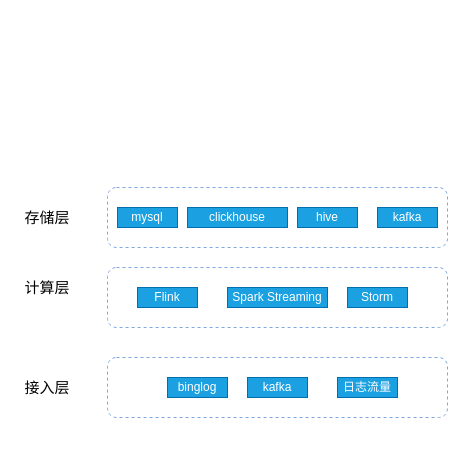
Earlier version of the draw.io diagram realtime_data_warehouse.drawio (cicelprg/drawio). Source tidied: cells renumbered, new cells numbered last; positions are measured from the earlier drawing's top-left corner, leaving out a move shared by most shapes. Both pictures are drawn from the tidied source at 100%, with x=0, y=0 at pixel (17, 187).
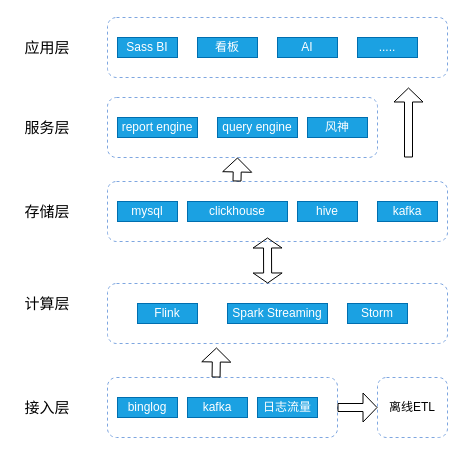
The same diagram, later.

Diff of the diagram source:
```diff
@@
     <mxCell id="2" style="rounded=1;whiteSpace=wrap;html=1;dashed=1;strokeColor=#7EA6E0;" parent="1" vertex="1">
-      <mxGeometry x="90" y="170" width="340" height="60" as="geometry" />
+      <mxGeometry x="90" y="190" width="230" height="60" as="geometry" />
     </mxCell>
     <mxCell id="3" value="binglog" style="rounded=0;whiteSpace=wrap;html=1;strokeColor=#006EAF;fillColor=#1ba1e2;fontColor=#ffffff;" parent="1" vertex="1">
-      <mxGeometry x="150" y="190" width="60" height="20" as="geometry" />
+      <mxGeometry x="100" y="210" width="60" height="20" as="geometry" />
     </mxCell>
     <mxCell id="4" value="kafka" style="rounded=0;whiteSpace=wrap;html=1;strokeColor=#006EAF;fillColor=#1ba1e2;fontColor=#ffffff;" parent="1" vertex="1">
-      <mxGeometry x="230" y="190" width="60" height="20" as="geometry" />
+      <mxGeometry x="170" y="210" width="60" height="20" as="geometry" />
     </mxCell>
     <mxCell id="5" value="日志流量" style="rounded=0;whiteSpace=wrap;html=1;strokeColor=#006EAF;fillColor=#1ba1e2;fontColor=#ffffff;" parent="1" vertex="1">
-      <mxGeometry x="320" y="190" width="60" height="20" as="geometry" />
+      <mxGeometry x="240" y="210" width="60" height="20" as="geometry" />
     </mxCell>
     <mxCell id="6" value="&lt;font style=&quot;font-size: 15px&quot;&gt;接入层&lt;/font&gt;" style="text;html=1;strokeColor=none;fillColor=none;align=center;verticalAlign=middle;whiteSpace=wrap;rounded=0;" parent="1" vertex="1">
-      <mxGeometry y="190" width="60" height="20" as="geometry" />
+      <mxGeometry y="210" width="60" height="20" as="geometry" />
     </mxCell>
     <mxCell id="7" style="rounded=1;whiteSpace=wrap;html=1;dashed=1;strokeColor=#7EA6E0;" parent="1" vertex="1">
-      <mxGeometry x="90" y="80" width="340" height="60" as="geometry" />
+      <mxGeometry x="90" y="96" width="340" height="60" as="geometry" />
     </mxCell>
     <mxCell id="8" value="Flink" style="rounded=0;whiteSpace=wrap;html=1;strokeColor=#006EAF;fillColor=#1ba1e2;fontColor=#ffffff;" parent="1" vertex="1">
-      <mxGeometry x="120" y="100" width="60" height="20" as="geometry" />
+      <mxGeometry x="120" y="116" width="60" height="20" as="geometry" />
     </mxCell>
     <mxCell id="9" value="Spark Streaming" style="rounded=0;whiteSpace=wrap;html=1;strokeColor=#006EAF;fillColor=#1ba1e2;fontColor=#ffffff;" parent="1" vertex="1">
-      <mxGeometry x="210" y="100" width="100" height="20" as="geometry" />
+      <mxGeometry x="210" y="116" width="100" height="20" as="geometry" />
     </mxCell>
     <mxCell id="10" value="Storm" style="rounded=0;whiteSpace=wrap;html=1;strokeColor=#006EAF;fillColor=#1ba1e2;fontColor=#ffffff;" parent="1" vertex="1">
-      <mxGeometry x="330" y="100" width="60" height="20" as="geometry" />
+      <mxGeometry x="330" y="116" width="60" height="20" as="geometry" />
     </mxCell>
     <mxCell id="11" value="&lt;span style=&quot;font-size: 15px&quot;&gt;计算层&lt;/span&gt;" style="text;html=1;strokeColor=none;fillColor=none;align=center;verticalAlign=middle;whiteSpace=wrap;rounded=0;" parent="1" vertex="1">
-      <mxGeometry y="90" width="60" height="20" as="geometry" />
+      <mxGeometry y="106" width="60" height="20" as="geometry" />
     </mxCell>
     <mxCell id="12" value="&lt;span style=&quot;font-size: 15px&quot;&gt;存储层&lt;/span&gt;" style="text;html=1;strokeColor=none;fillColor=none;align=center;verticalAlign=middle;whiteSpace=wrap;rounded=0;" parent="1" vertex="1">
-      <mxGeometry y="20" width="60" height="20" as="geometry" />
+      <mxGeometry y="14" width="60" height="20" as="geometry" />
     </mxCell>
     <mxCell id="13" style="rounded=1;whiteSpace=wrap;html=1;dashed=1;strokeColor=#7EA6E0;" parent="1" vertex="1">
-      <mxGeometry x="90" width="340" height="60" as="geometry" />
+      <mxGeometry x="90" y="-6" width="340" height="60" as="geometry" />
     </mxCell>
     <mxCell id="14" value="mysql" style="rounded=0;whiteSpace=wrap;html=1;strokeColor=#006EAF;fillColor=#1ba1e2;fontColor=#ffffff;" parent="1" vertex="1">
-      <mxGeometry x="100" y="20" width="60" height="20" as="geometry" />
+      <mxGeometry x="100" y="14" width="60" height="20" as="geometry" />
     </mxCell>
     <mxCell id="15" value="clickhouse" style="rounded=0;whiteSpace=wrap;html=1;strokeColor=#006EAF;fillColor=#1ba1e2;fontColor=#ffffff;" parent="1" vertex="1">
-      <mxGeometry x="170" y="20" width="100" height="20" as="geometry" />
+      <mxGeometry x="170" y="14" width="100" height="20" as="geometry" />
     </mxCell>
     <mxCell id="16" value="hive" style="rounded=0;whiteSpace=wrap;html=1;strokeColor=#006EAF;fillColor=#1ba1e2;fontColor=#ffffff;" parent="1" vertex="1">
-      <mxGeometry x="280" y="20" width="60" height="20" as="geometry" />
+      <mxGeometry x="280" y="14" width="60" height="20" as="geometry" />
     </mxCell>
     <mxCell id="17" value="kafka" style="rounded=0;whiteSpace=wrap;html=1;strokeColor=#006EAF;fillColor=#1ba1e2;fontColor=#ffffff;" parent="1" vertex="1">
-      <mxGeometry x="360" y="20" width="60" height="20" as="geometry" />
+      <mxGeometry x="360" y="14" width="60" height="20" as="geometry" />
     </mxCell>
+    <mxCell id="18" value="&lt;span style=&quot;font-size: 15px&quot;&gt;服务层&lt;/span&gt;" style="text;html=1;strokeColor=none;fillColor=none;align=center;verticalAlign=middle;whiteSpace=wrap;rounded=0;" parent="1" vertex="1">
+      <mxGeometry y="-70" width="60" height="20" as="geometry" />
+    </mxCell>
+    <mxCell id="19" style="rounded=1;whiteSpace=wrap;html=1;dashed=1;strokeColor=#7EA6E0;" parent="1" vertex="1">
+      <mxGeometry x="90" y="-90" width="270" height="60" as="geometry" />
+    </mxCell>
+    <mxCell id="20" value="report engine" style="rounded=0;whiteSpace=wrap;html=1;strokeColor=#006EAF;fillColor=#1ba1e2;fontColor=#ffffff;" parent="1" vertex="1">
+      <mxGeometry x="100" y="-70" width="80" height="20" as="geometry" />
+    </mxCell>
+    <mxCell id="21" value="query engine" style="rounded=0;whiteSpace=wrap;html=1;strokeColor=#006EAF;fillColor=#1ba1e2;fontColor=#ffffff;" parent="1" vertex="1">
+      <mxGeometry x="200" y="-70" width="80" height="20" as="geometry" />
+    </mxCell>
+    <mxCell id="22" value="风神" style="rounded=0;whiteSpace=wrap;html=1;strokeColor=#006EAF;fillColor=#1ba1e2;fontColor=#ffffff;" parent="1" vertex="1">
+      <mxGeometry x="290" y="-70" width="60" height="20" as="geometry" />
+    </mxCell>
+    <mxCell id="23" value="&lt;span style=&quot;font-size: 15px&quot;&gt;应用层&lt;/span&gt;" style="text;html=1;strokeColor=none;fillColor=none;align=center;verticalAlign=middle;whiteSpace=wrap;rounded=0;" parent="1" vertex="1">
+      <mxGeometry y="-150" width="60" height="20" as="geometry" />
+    </mxCell>
+    <mxCell id="24" style="shape=flexArrow;endArrow=classic;html=1;width=8;endSize=4.33;exitX=0.472;exitY=0;exitDx=0;exitDy=0;exitPerimeter=0;" parent="1" edge="1" source="2">
+      <mxGeometry relative="1" as="geometry">
+        <mxPoint x="199" y="160" as="targetPoint" />
+      </mxGeometry>
+    </mxCell>
+    <mxCell id="25" value="离线ETL" style="rounded=1;whiteSpace=wrap;html=1;dashed=1;strokeColor=#7EA6E0;" parent="1" vertex="1">
+      <mxGeometry x="360" y="190" width="70" height="60" as="geometry" />
+    </mxCell>
+    <mxCell id="26" style="shape=flexArrow;endArrow=classic;html=1;exitX=0.471;exitY=0;exitDx=0;exitDy=0;exitPerimeter=0;startArrow=block;width=8;endSize=3;startSize=3;" parent="1" edge="1" source="7">
+      <mxGeometry relative="1" as="geometry">
+        <mxPoint x="250" y="50" as="targetPoint" />
+      </mxGeometry>
+    </mxCell>
+    <mxCell id="27" style="rounded=1;whiteSpace=wrap;html=1;dashed=1;strokeColor=#7EA6E0;" parent="1" vertex="1">
+      <mxGeometry x="90" y="-170" width="340" height="60" as="geometry" />
+    </mxCell>
+    <mxCell id="28" value="Sass BI" style="rounded=0;whiteSpace=wrap;html=1;strokeColor=#006EAF;fillColor=#1ba1e2;fontColor=#ffffff;" parent="1" vertex="1">
+      <mxGeometry x="100" y="-150" width="60" height="20" as="geometry" />
+    </mxCell>
+    <mxCell id="29" value="看板" style="rounded=0;whiteSpace=wrap;html=1;strokeColor=#006EAF;fillColor=#1ba1e2;fontColor=#ffffff;" parent="1" vertex="1">
+      <mxGeometry x="180" y="-150" width="60" height="20" as="geometry" />
+    </mxCell>
+    <mxCell id="30" value="AI" style="rounded=0;whiteSpace=wrap;html=1;strokeColor=#006EAF;fillColor=#1ba1e2;fontColor=#ffffff;" parent="1" vertex="1">
+      <mxGeometry x="260" y="-150" width="60" height="20" as="geometry" />
+    </mxCell>
+    <mxCell id="31" value="....." style="rounded=0;whiteSpace=wrap;html=1;strokeColor=#006EAF;fillColor=#1ba1e2;fontColor=#ffffff;" parent="1" vertex="1">
+      <mxGeometry x="340" y="-150" width="60" height="20" as="geometry" />
+    </mxCell>
+    <mxCell id="32" style="shape=flexArrow;endArrow=classic;html=1;width=8;endSize=4.33;exitX=0.472;exitY=0;exitDx=0;exitDy=0;exitPerimeter=0;" parent="1" edge="1">
+      <mxGeometry relative="1" as="geometry">
+        <mxPoint x="219.5" y="-6" as="sourcePoint" />
+        <mxPoint x="220" y="-30" as="targetPoint" />
+      </mxGeometry>
+    </mxCell>
+    <mxCell id="33" style="shape=flexArrow;endArrow=classic;html=1;width=8;endSize=4.33;" parent="1" edge="1">
+      <mxGeometry relative="1" as="geometry">
+        <mxPoint x="391" y="-30" as="sourcePoint" />
+        <mxPoint x="391" y="-100" as="targetPoint" />
+      </mxGeometry>
+    </mxCell>
+    <mxCell id="34" style="shape=flexArrow;endArrow=classic;html=1;width=8;endSize=4.33;exitX=1;exitY=0.5;exitDx=0;exitDy=0;entryX=0;entryY=0.5;entryDx=0;entryDy=0;" parent="1" edge="1" source="2" target="25">
+      <mxGeometry relative="1" as="geometry" />
+    </mxCell>
```
